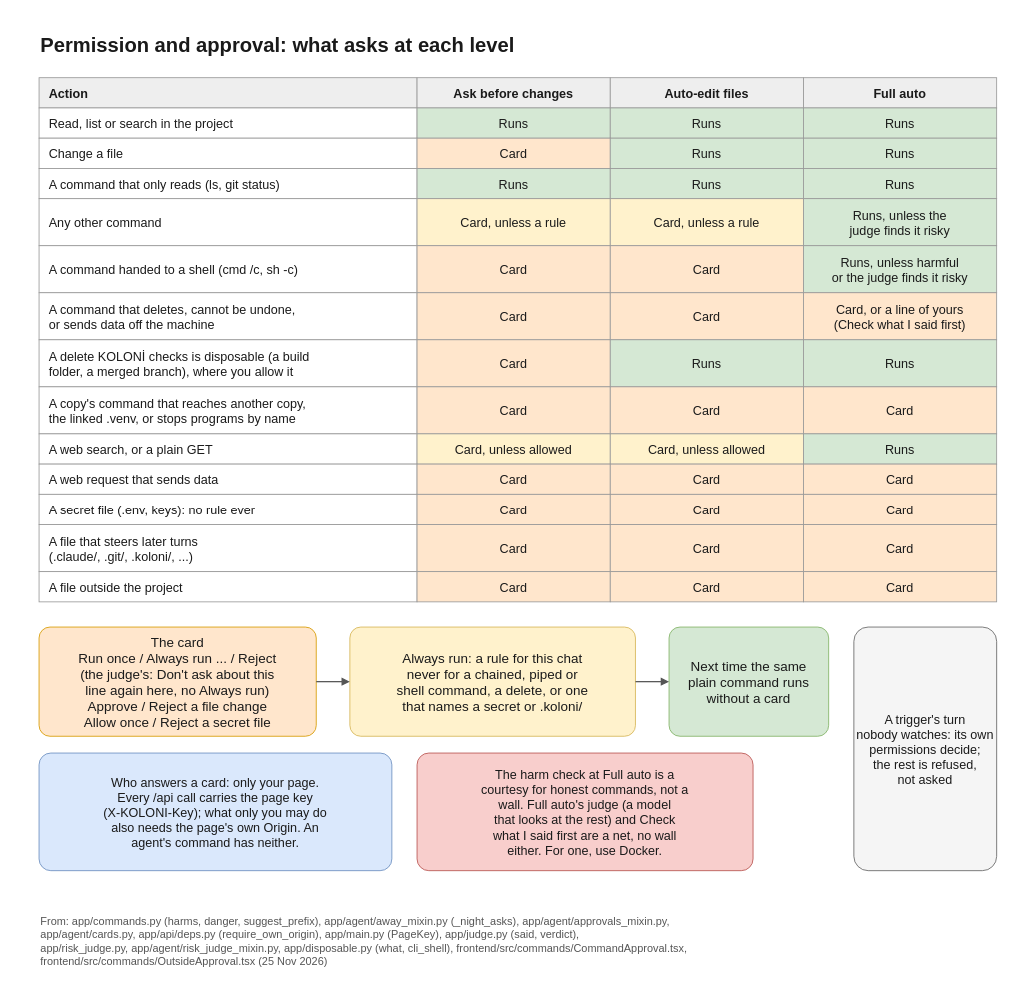
Above: docs/diagrams/permissions.drawio in flyingriverhorse/Koloni (draw.io), before the change. Source tidied: cells renumbered, new cells numbered last; positions are measured from the earlier drawing's top-left corner, leaving out a move shared by most shapes. Both pictures are drawn from the tidied source at 84%, with x=0, y=0 at pixel (13, 13).
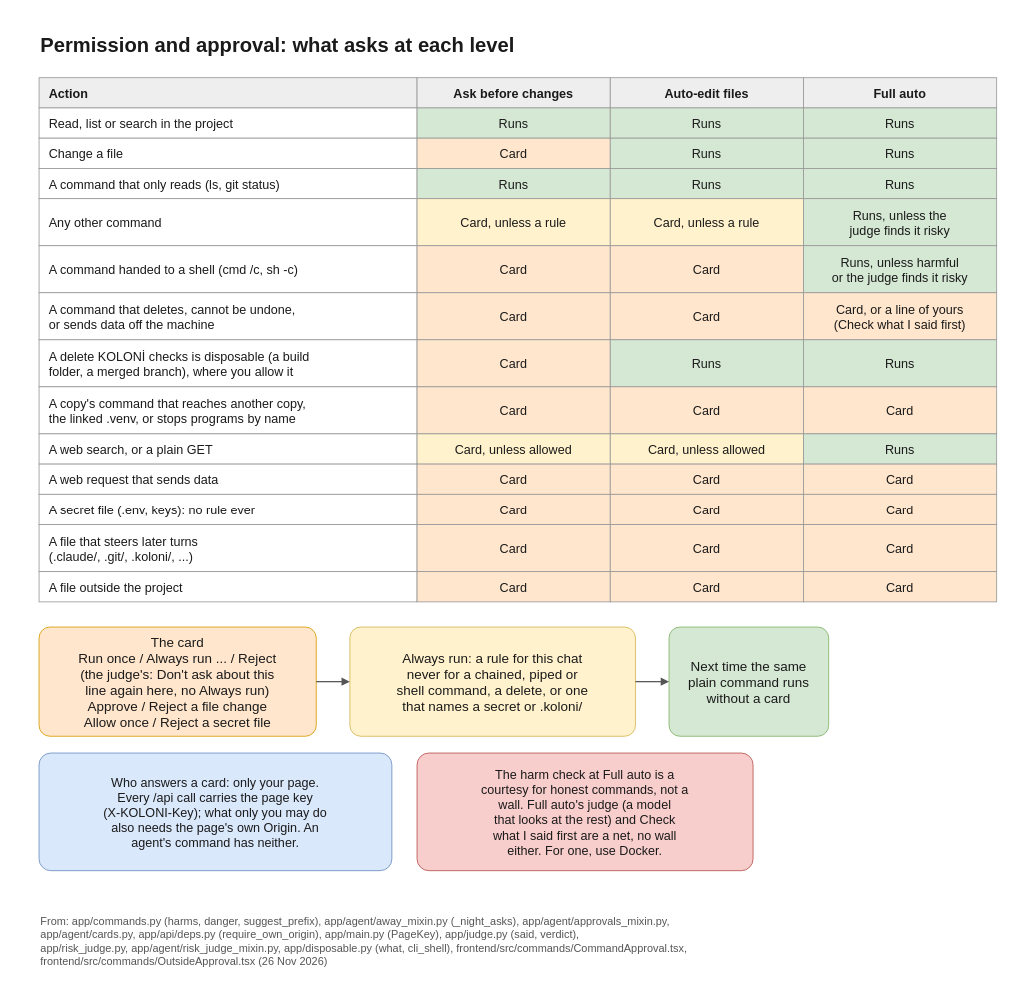
The same diagram, later.

The edit, as a diff of the source:
```diff
@@
-    <mxCell id="67" value="A trigger's turn&#10;nobody watches: its own&#10;permissions decide;&#10;the rest is refused,&#10;not asked" style="rounded=1;arcSize=10;fillColor=#f5f5f5;strokeColor=#666666;fontFamily=Helvetica;fontColor=#1a1a1a;fontSize=15;spacing=6;" parent="1" vertex="1">
-      <mxGeometry x="1000" y="730" width="170" height="290" as="geometry" />
-    </mxCell>
-    <mxCell id="68" value="From: app/commands.py (harms, danger, suggest_prefix), app/agent/away_mixin.py (_night_asks), app/agent/approvals_mixin.py,&#10;app/agent/cards.py, app/api/deps.py (require_own_origin), app/main.py (PageKey), app/judge.py (said, verdict),&#10;app/risk_judge.py, app/agent/risk_judge_mixin.py, app/disposable.py (what, cli_shell), frontend/src/commands/CommandApproval.tsx,&#10;frontend/src/commands/OutsideApproval.tsx (25 Nov 2026)" style="text;strokeColor=none;fillColor=none;fontFamily=Helvetica;fontColor=#555555;fontSize=13;align=left;verticalAlign=top;" parent="1" vertex="1">
+    <mxCell id="68" value="From: app/commands.py (harms, danger, suggest_prefix), app/agent/away_mixin.py (_night_asks), app/agent/approvals_mixin.py,&#10;app/agent/cards.py, app/api/deps.py (require_own_origin), app/main.py (PageKey), app/judge.py (said, verdict),&#10;app/risk_judge.py, app/agent/risk_judge_mixin.py, app/disposable.py (what, cli_shell), frontend/src/commands/CommandApproval.tsx,&#10;frontend/src/commands/OutsideApproval.tsx (26 Nov 2026)" style="text;strokeColor=none;fillColor=none;fontFamily=Helvetica;fontColor=#555555;fontSize=13;align=left;verticalAlign=top;" parent="1" vertex="1">
       <mxGeometry x="30" y="1066" width="1140" height="70" as="geometry" />
     </mxCell>
```
